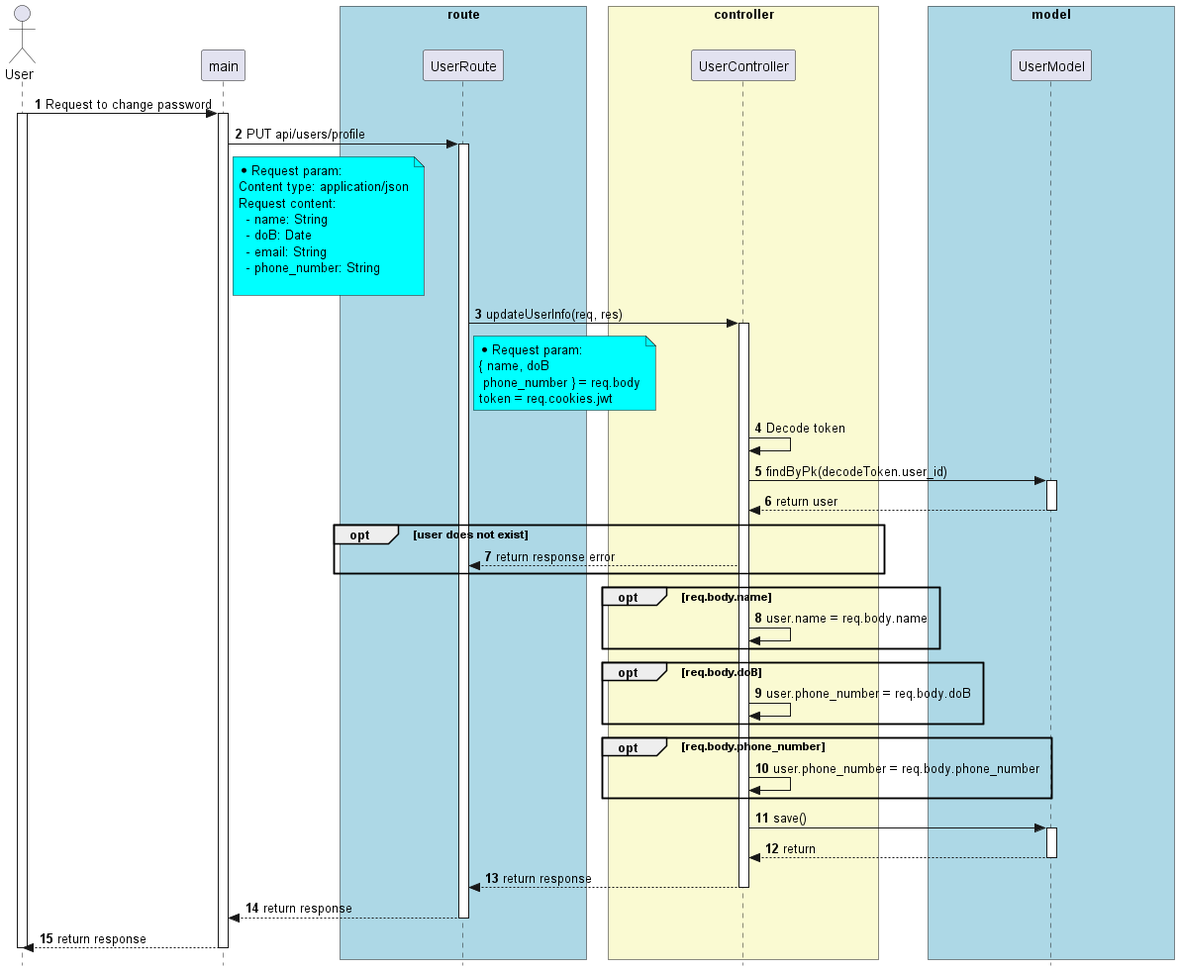
This is latex_thesis/Images/server/sequence/server/updateUserInfo.png from techcomrade/fmECG, a PlantUML export, as it was before one commit. The source it was exported from:
```plantuml
@startuml


skinparam style strictuml

skinparam lifelineStrategy solid

skinparam ParticipantPadding 80

skinparam BoxPadding 10

autonumber

actor User as User


participant main as main


box "route" #lightBlue

participant UserRoute as UserRoute

end box


box "controller" #LightGoldenRodYellow
participant UserController as UserController

end box


box "model" #lightBlue
participant UserModel as UserModel

end box


User -> main: Request to change password
activate User
activate main

main -> UserRoute: PUT api/users/profile
activate UserRoute

note right of main #Aqua
* Request param:
Content type: application/json
Request content:
  - name: String
  - doB: Date
  - email: String
  - phone_number: String

end note

UserRoute -> UserController: updateUserInfo(req, res)
activate UserController

note right of UserRoute #Aqua
* Request param:
{ name, doB
 phone_number } = req.body
token = req.cookies.jwt
end note



UserController -> UserController: Decode token

UserController -> UserModel: findByPk(decodeToken.user_id)

activate  UserModel

UserModel --> UserController: return user

deactivate UserModel

opt user does not exist
  UserController --> UserRoute: return response error
end

opt req.body.name
  UserController -> UserController: user.name = req.body.name
end

opt req.body.doB
  UserController -> UserController: user.phone_number = req.body.doB
end

opt req.body.phone_number
  UserController -> UserController: user.phone_number = req.body.phone_number
end

UserController -> UserModel: save()
activate UserModel

UserModel --> UserController: return
deactivate UserModel

UserController --> UserRoute: return response

deactivate UserController

UserRoute --> main: return response

deactivate UserRoute

main --> User: return response

deactivate main
deactivate User


@enduml
```
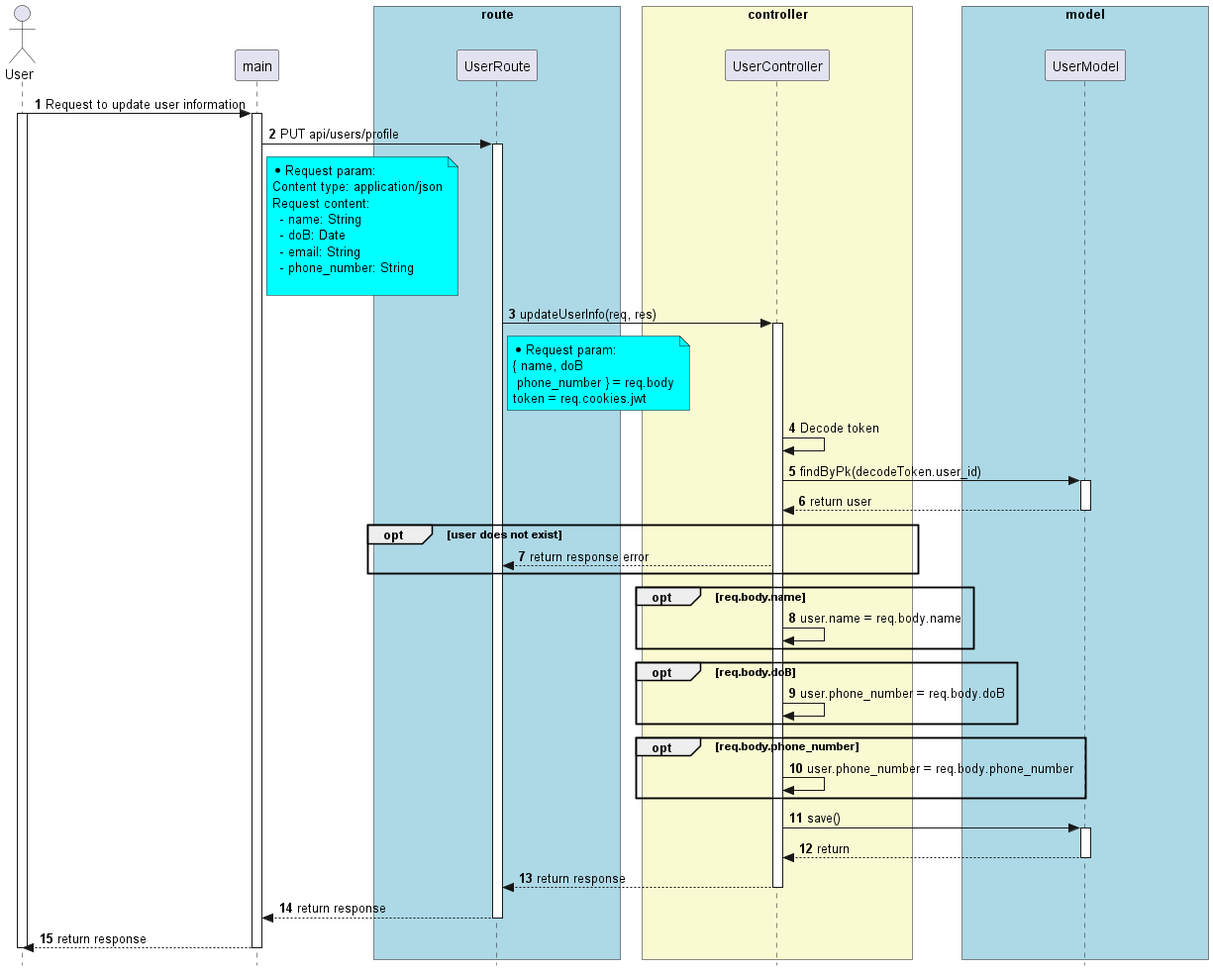
After the commit.

The edit, as a diff of the source:
```diff
@@ -36,7 +36,7 @@
 end box
 
 
-User -> main: Request to change password
+User -> main: Request to update user information
 activate User
 activate main
 
```
